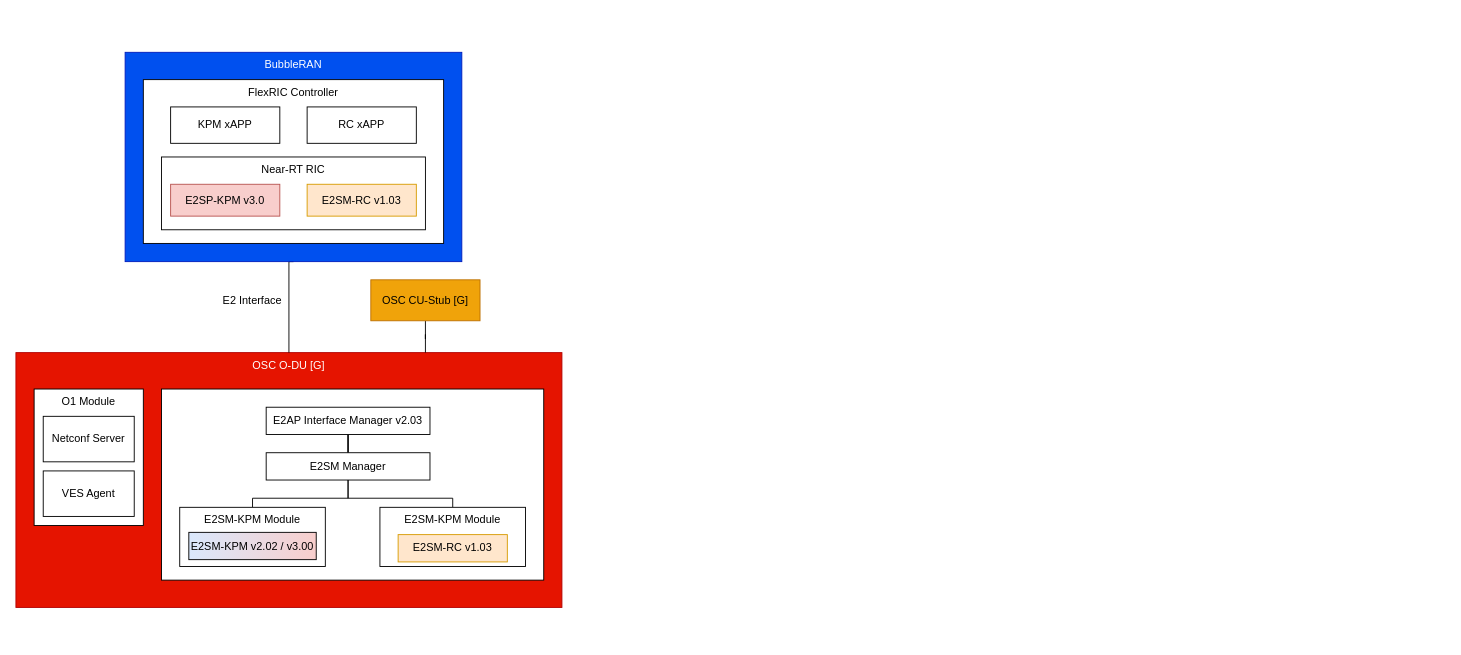
Above: page "Option 1" (1 of 4) of BubleRAN_OSC Interconnection.drawio in NTUST-BMW-Lab/bubbleran (draw.io), before the change. Source tidied: cells renumbered, new cells numbered last; positions are measured from the earlier drawing's top-left corner, leaving out a move shared by most shapes. Both pictures are drawn from the tidied source at 91%, with x=0, y=0 at pixel (15, 52).
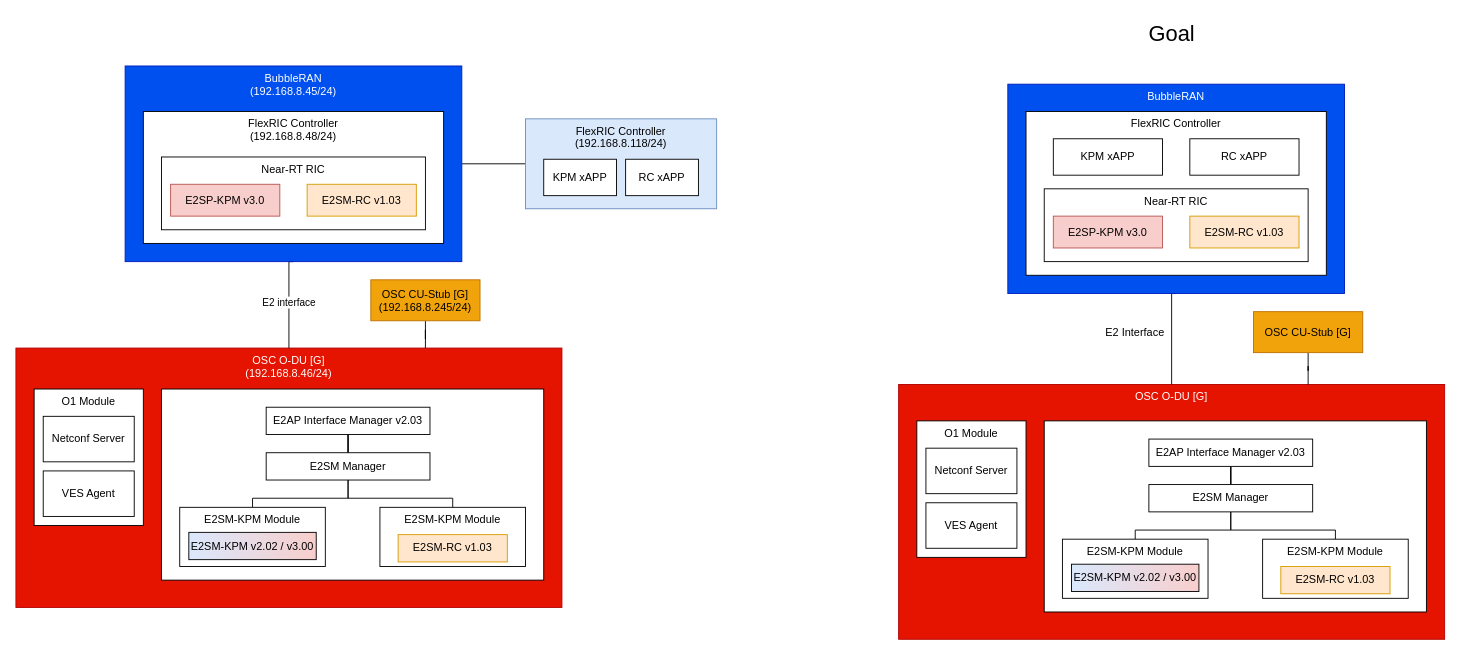
The same page after the edit.

Commit message (it also covers changes not shown here):
Current Progress for FlexRIC BubbleRAN, xAPP bare metal, and OSC DU/CU bare metal

What changed in the source:
```diff
@@
+    <mxCell id="29" style="edgeStyle=orthogonalEdgeStyle;rounded=0;jettySize=auto;html=1;entryX=1;entryY=0.5;entryDx=0;entryDy=0;endArrow=none;endFill=0;" parent="1" edge="1" source="30" target="21">
+      <mxGeometry relative="1" as="geometry" />
+    </mxCell>
+    <mxCell id="30" value="FlexRIC Controller&lt;br&gt;(192.168.8.118/24)" style="rounded=0;whiteSpace=wrap;html=1;fillColor=#dae8fc;strokeColor=#6c8ebf;verticalAlign=top;" parent="1" vertex="1">
+      <mxGeometry x="560" y="73.1" width="210" height="98.8" as="geometry" />
+    </mxCell>
-    <mxCell id="2" value="OSC O-DU [G]" style="rounded=0;whiteSpace=wrap;html=1;verticalAlign=top;fillColor=#e51400;fontColor=#ffffff;strokeColor=#B20000;" parent="1" vertex="1">
-      <mxGeometry y="330" width="600" height="280" as="geometry" />
+    <mxCell id="2" value="OSC O-DU [G]&lt;br&gt;(192.168.8.46/24)" style="rounded=0;whiteSpace=wrap;html=1;verticalAlign=top;fillColor=#e51400;fontColor=#ffffff;strokeColor=#B20000;" parent="1" vertex="1">
+      <mxGeometry y="325" width="600" height="285" as="geometry" />
     </mxCell>
@@
-    <mxCell id="18" value="OSC CU-Stub [G]" style="rounded=0;whiteSpace=wrap;html=1;fillColor=#f0a30a;fontColor=#000000;strokeColor=#BD7000;" parent="1" vertex="1">
+    <mxCell id="18" value="OSC CU-Stub [G]&lt;br&gt;(192.168.8.245/24)" style="rounded=0;whiteSpace=wrap;html=1;fillColor=#f0a30a;fontColor=#000000;strokeColor=#BD7000;" parent="1" vertex="1">
       <mxGeometry x="390" y="250" width="120" height="45" as="geometry" />
     </mxCell>
-    <mxCell id="19" style="edgeStyle=orthogonalEdgeStyle;rounded=0;jettySize=auto;html=1;endArrow=none;endFill=0;jumpStyle=arc;exitX=0.5;exitY=1;exitDx=0;exitDy=0;" parent="1" edge="1" source="21" target="2">
+    <mxCell id="19" value="E2 interface" style="edgeStyle=orthogonalEdgeStyle;rounded=0;jettySize=auto;html=1;endArrow=none;endFill=0;jumpStyle=arc;exitX=0.5;exitY=1;exitDx=0;exitDy=0;" parent="1" edge="1" source="21" target="2">
       <mxGeometry relative="1" as="geometry">
         <Array as="points">
           <mxPoint x="300" y="230" />
         </Array>
       </mxGeometry>
     </mxCell>
-    <mxCell id="20" value="E2 Interface" style="text;html=1;strokeColor=none;fillColor=none;align=center;verticalAlign=middle;whiteSpace=wrap;rounded=0;" parent="1" vertex="1">
-      <mxGeometry x="205" y="257.5" width="110" height="30" as="geometry" />
-    </mxCell>
-    <mxCell id="21" value="BubbleRAN" style="rounded=0;whiteSpace=wrap;html=1;verticalAlign=top;fillColor=#0050ef;fontColor=#ffffff;strokeColor=#001DBC;" parent="1" vertex="1">
-      <mxGeometry x="120" width="370" height="230" as="geometry" />
+    <mxCell id="21" value="BubbleRAN &lt;br&gt;(192.168.8.45/24)" style="rounded=0;whiteSpace=wrap;html=1;verticalAlign=top;fillColor=#0050ef;fontColor=#ffffff;strokeColor=#001DBC;" parent="1" vertex="1">
+      <mxGeometry x="120" y="15" width="370" height="215" as="geometry" />
     </mxCell>
-    <mxCell id="22" value="FlexRIC Controller" style="rounded=0;whiteSpace=wrap;html=1;verticalAlign=top;" parent="1" vertex="1">
-      <mxGeometry x="140" y="30" width="330" height="180" as="geometry" />
+    <mxCell id="22" value="FlexRIC Controller &lt;br&gt;(192.168.8.48/24)" style="rounded=0;whiteSpace=wrap;html=1;verticalAlign=top;" parent="1" vertex="1">
+      <mxGeometry x="140" y="65" width="330" height="145" as="geometry" />
     </mxCell>
     <mxCell id="23" value="KPM xAPP" style="rounded=0;whiteSpace=wrap;html=1;" parent="1" vertex="1">
-      <mxGeometry x="170" y="60" width="120" height="40" as="geometry" />
+      <mxGeometry x="580" y="117.5" width="80" height="40" as="geometry" />
     </mxCell>
     <mxCell id="24" value="RC xAPP" style="rounded=0;whiteSpace=wrap;html=1;" parent="1" vertex="1">
-      <mxGeometry x="320" y="60" width="120" height="40" as="geometry" />
+      <mxGeometry x="670" y="117.5" width="80" height="40" as="geometry" />
     </mxCell>
@@
+    <mxCell id="31" value="OSC O-DU [G]" style="rounded=0;whiteSpace=wrap;html=1;verticalAlign=top;fillColor=#e51400;fontColor=#ffffff;strokeColor=#B20000;" parent="1" vertex="1">
+      <mxGeometry x="970" y="365" width="600" height="280" as="geometry" />
+    </mxCell>
+    <mxCell id="32" value="O1 Module" style="rounded=0;whiteSpace=wrap;html=1;verticalAlign=top;" parent="1" vertex="1">
+      <mxGeometry x="990" y="405" width="120" height="150" as="geometry" />
+    </mxCell>
+    <mxCell id="33" value="Netconf Server" style="rounded=0;whiteSpace=wrap;html=1;" parent="1" vertex="1">
+      <mxGeometry x="1000" y="435" width="100" height="50" as="geometry" />
+    </mxCell>
+    <mxCell id="34" value="VES Agent" style="rounded=0;whiteSpace=wrap;html=1;" parent="1" vertex="1">
+      <mxGeometry x="1000" y="495" width="100" height="50" as="geometry" />
+    </mxCell>
+    <mxCell id="35" style="rounded=0;whiteSpace=wrap;html=1;" parent="1" vertex="1">
+      <mxGeometry x="1130" y="405" width="420" height="210" as="geometry" />
+    </mxCell>
+    <mxCell id="36" style="edgeStyle=orthogonalEdgeStyle;rounded=0;jettySize=auto;html=1;entryX=0.5;entryY=0;entryDx=0;entryDy=0;endArrow=none;endFill=0;" parent="1" edge="1" source="37" target="40">
+      <mxGeometry relative="1" as="geometry" />
+    </mxCell>
+    <mxCell id="37" value="E2AP Interface Manager v2.03" style="rounded=0;whiteSpace=wrap;html=1;" parent="1" vertex="1">
+      <mxGeometry x="1245" y="425" width="180" height="30" as="geometry" />
+    </mxCell>
+    <mxCell id="38" style="edgeStyle=orthogonalEdgeStyle;rounded=0;jettySize=auto;html=1;endArrow=none;endFill=0;" parent="1" edge="1" source="40" target="42">
+      <mxGeometry relative="1" as="geometry" />
+    </mxCell>
+    <mxCell id="39" style="edgeStyle=orthogonalEdgeStyle;rounded=0;jettySize=auto;html=1;endArrow=none;endFill=0;" parent="1" edge="1" source="40" target="44">
+      <mxGeometry relative="1" as="geometry">
+        <Array as="points">
+          <mxPoint x="1335" y="525" />
+          <mxPoint x="1450" y="525" />
+        </Array>
+      </mxGeometry>
+    </mxCell>
+    <mxCell id="40" value="E2SM Manager" style="rounded=0;whiteSpace=wrap;html=1;" parent="1" vertex="1">
+      <mxGeometry x="1245" y="475" width="180" height="30" as="geometry" />
+    </mxCell>
+    <mxCell id="41" style="group;" parent="1" vertex="1">
+      <mxGeometry x="1150" y="535" width="160" height="65" as="geometry" />
+    </mxCell>
+    <mxCell id="42" value="E2SM-KPM Module" style="rounded=0;whiteSpace=wrap;html=1;verticalAlign=top;" parent="41" vertex="1">
+      <mxGeometry width="160" height="65" as="geometry" />
+    </mxCell>
+    <mxCell id="43" value="E2SM-KPM v2.02 / v3.00" style="rounded=0;whiteSpace=wrap;html=1;gradientColor=#DAE8FC;gradientDirection=west;fillColor=#F8CECC;" parent="41" vertex="1">
+      <mxGeometry x="10" y="27.5" width="140" height="30" as="geometry" />
+    </mxCell>
+    <mxCell id="44" value="E2SM-KPM Module" style="rounded=0;whiteSpace=wrap;html=1;verticalAlign=top;" parent="1" vertex="1">
+      <mxGeometry x="1370" y="535" width="160" height="65" as="geometry" />
+    </mxCell>
+    <mxCell id="45" value="E2SM-RC v1.03" style="rounded=0;whiteSpace=wrap;html=1;fillColor=#ffe6cc;strokeColor=#d79b00;" parent="1" vertex="1">
+      <mxGeometry x="1390" y="565" width="120" height="30" as="geometry" />
+    </mxCell>
+    <mxCell id="46" style="edgeStyle=orthogonalEdgeStyle;rounded=0;jettySize=auto;html=1;entryX=0.75;entryY=0;entryDx=0;entryDy=0;endArrow=none;endFill=0;" parent="1" edge="1" source="47" target="31">
+      <mxGeometry relative="1" as="geometry" />
+    </mxCell>
+    <mxCell id="47" value="OSC CU-Stub [G]" style="rounded=0;whiteSpace=wrap;html=1;fillColor=#f0a30a;fontColor=#000000;strokeColor=#BD7000;" parent="1" vertex="1">
+      <mxGeometry x="1360" y="285" width="120" height="45" as="geometry" />
+    </mxCell>
+    <mxCell id="48" style="edgeStyle=orthogonalEdgeStyle;rounded=0;jettySize=auto;html=1;endArrow=none;endFill=0;jumpStyle=arc;exitX=0.5;exitY=1;exitDx=0;exitDy=0;" parent="1" edge="1" source="49" target="31">
+      <mxGeometry relative="1" as="geometry">
+        <Array as="points">
+          <mxPoint x="1270" y="265" />
+        </Array>
+      </mxGeometry>
+    </mxCell>
+    <mxCell id="20" value="E2 Interface" style="text;html=1;strokeColor=none;fillColor=none;align=center;verticalAlign=middle;whiteSpace=wrap;rounded=0;" parent="1" vertex="1">
+      <mxGeometry x="1175" y="292.5" width="110" height="30" as="geometry" />
+    </mxCell>
+    <mxCell id="49" value="BubbleRAN" style="rounded=0;whiteSpace=wrap;html=1;verticalAlign=top;fillColor=#0050ef;fontColor=#ffffff;strokeColor=#001DBC;" parent="1" vertex="1">
+      <mxGeometry x="1090" y="35" width="370" height="230" as="geometry" />
+    </mxCell>
+    <mxCell id="50" value="FlexRIC Controller" style="rounded=0;whiteSpace=wrap;html=1;verticalAlign=top;" parent="1" vertex="1">
+      <mxGeometry x="1110" y="65" width="330" height="180" as="geometry" />
+    </mxCell>
+    <mxCell id="51" value="KPM xAPP" style="rounded=0;whiteSpace=wrap;html=1;" parent="1" vertex="1">
+      <mxGeometry x="1140" y="95" width="120" height="40" as="geometry" />
+    </mxCell>
+    <mxCell id="52" value="RC xAPP" style="rounded=0;whiteSpace=wrap;html=1;" parent="1" vertex="1">
+      <mxGeometry x="1290" y="95" width="120" height="40" as="geometry" />
+    </mxCell>
+    <mxCell id="53" value="Near-RT RIC" style="rounded=0;whiteSpace=wrap;html=1;verticalAlign=top;" parent="1" vertex="1">
+      <mxGeometry x="1130" y="150" width="290" height="80" as="geometry" />
+    </mxCell>
+    <mxCell id="54" value="E2SP-KPM v3.0" style="rounded=0;whiteSpace=wrap;html=1;fillColor=#f8cecc;strokeColor=#b85450;" parent="1" vertex="1">
+      <mxGeometry x="1140" y="180" width="120" height="35" as="geometry" />
+    </mxCell>
+    <mxCell id="55" value="E2SM-RC v1.03" style="rounded=0;whiteSpace=wrap;html=1;fillColor=#ffe6cc;strokeColor=#d79b00;" parent="1" vertex="1">
+      <mxGeometry x="1290" y="180" width="120" height="35" as="geometry" />
+    </mxCell>
+    <mxCell id="56" style="edgeStyle=orthogonalEdgeStyle;rounded=0;orthogonalLoop=1;jettySize=auto;html=1;exitX=0.5;exitY=1;exitDx=0;exitDy=0;" parent="1" edge="1" source="50" target="50">
+      <mxGeometry relative="1" as="geometry" />
+    </mxCell>
+    <mxCell id="57" value="&lt;font style=&quot;font-size: 24px;&quot;&gt;Goal&lt;/font&gt;" style="text;html=1;align=center;verticalAlign=middle;strokeColor=none;fillColor=none;" parent="1" vertex="1">
+      <mxGeometry x="1235" y="-40" width="70" height="40" as="geometry" />
+    </mxCell>
```
